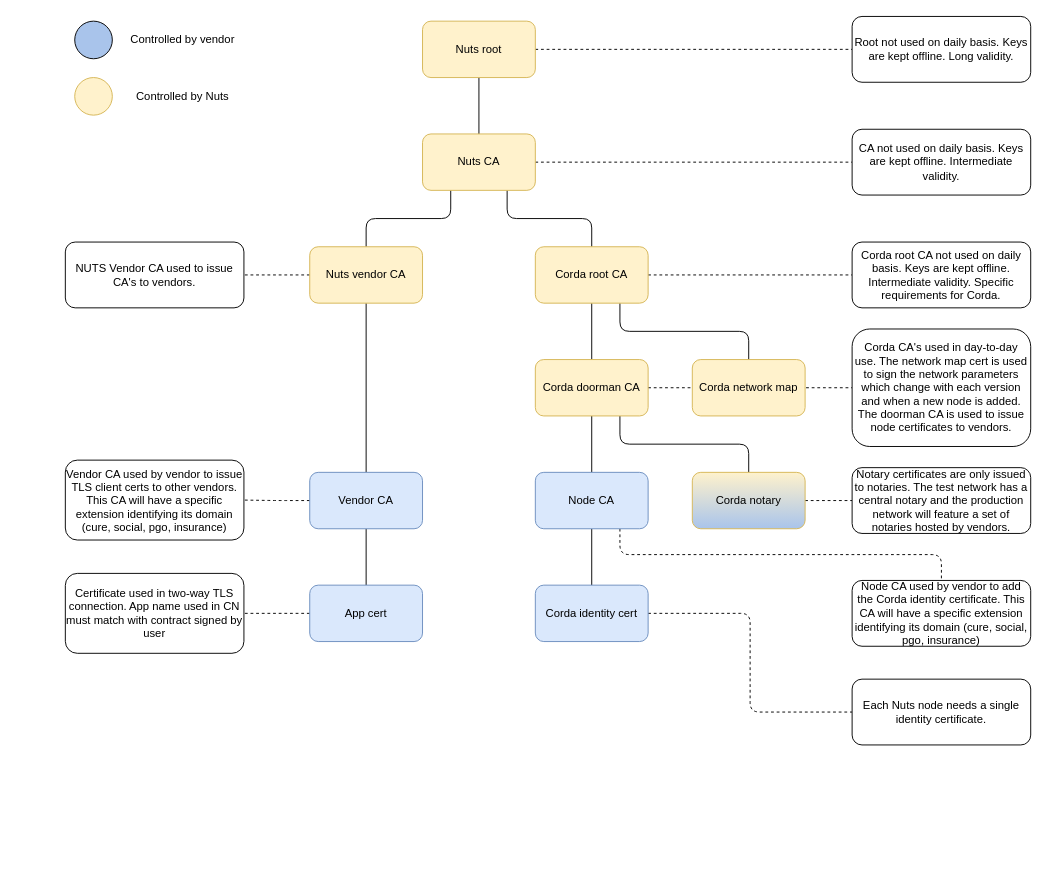
The draw.io diagram diagrams/certificates.drawio in nuts-foundation/nuts-documentation, before the edit. Source tidied: cells renumbered, new cells numbered last; positions are measured from the earlier drawing's top-left corner, leaving out a move shared by most shapes. Both pictures are drawn from the tidied source at 94%, with x=0, y=0 at pixel (65, 16).
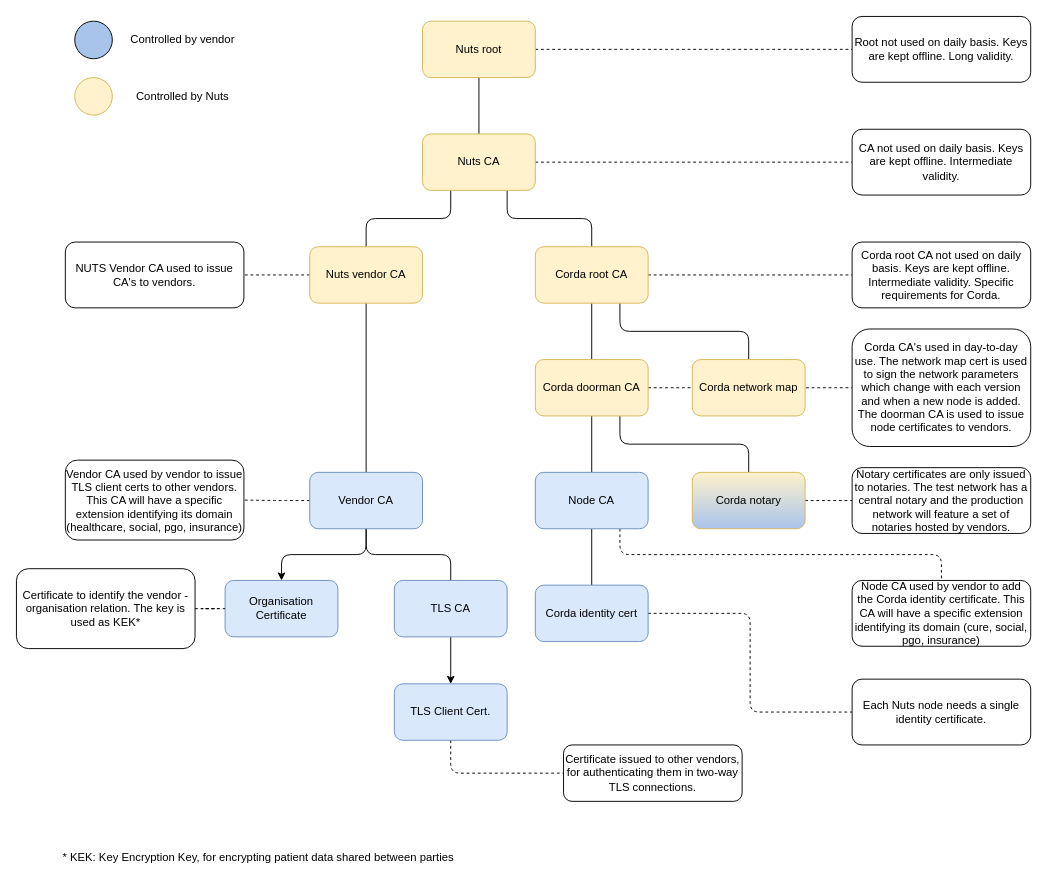
The same diagram, later.

Commit message (it also covers changes not shown here):
Updated certificates diagram

The change refers to these unchanged cells:
```xml
<mxCell id="28" value="Vendor CA" style="rounded=1;whiteSpace=wrap;html=1;fillColor=#dae8fc;strokeColor=#6c8ebf;" parent="1" vertex="1">
  <mxGeometry x="260" y="485" width="120" height="60" as="geometry" />
</mxCell>
```

The edit, as a diff of the source:
```diff
@@
+    <mxCell id="47" style="edgeStyle=orthogonalEdgeStyle;rounded=1;jettySize=auto;html=1;" parent="1" edge="1" source="28" target="48">
+      <mxGeometry relative="1" as="geometry" />
+    </mxCell>
@@
+    <mxCell id="48" value="Organisation Certificate" style="rounded=1;whiteSpace=wrap;html=1;fillColor=#dae8fc;strokeColor=#6c8ebf;" parent="1" vertex="1">
+      <mxGeometry x="170" y="600" width="120" height="60" as="geometry" />
+    </mxCell>
@@
-    <mxCell id="31" style="edgeStyle=orthogonalEdgeStyle;rounded=1;jettySize=auto;html=1;exitX=0;exitY=0.5;exitDx=0;exitDy=0;dashed=1;endArrow=none;endFill=0;" parent="1" edge="1" source="32" target="42">
+    <mxCell id="31" style="edgeStyle=orthogonalEdgeStyle;rounded=1;jettySize=auto;html=1;exitX=0.5;exitY=1;exitDx=0;exitDy=0;dashed=1;endArrow=none;endFill=0;entryX=0;entryY=0.5;entryDx=0;entryDy=0;" parent="1" edge="1" source="50" target="42">
       <mxGeometry relative="1" as="geometry" />
     </mxCell>
+    <mxCell id="49" style="edgeStyle=orthogonalEdgeStyle;rounded=0;jettySize=auto;html=1;entryX=0.5;entryY=0;entryDx=0;entryDy=0;" parent="1" edge="1" source="32" target="50">
+      <mxGeometry relative="1" as="geometry" />
+    </mxCell>
-    <mxCell id="32" value="App cert" style="rounded=1;whiteSpace=wrap;html=1;fillColor=#dae8fc;strokeColor=#6c8ebf;" parent="1" vertex="1">
-      <mxGeometry x="260" y="605" width="120" height="60" as="geometry" />
+    <mxCell id="32" value="TLS CA" style="rounded=1;whiteSpace=wrap;html=1;fillColor=#dae8fc;strokeColor=#6c8ebf;" parent="1" vertex="1">
+      <mxGeometry x="350" y="600" width="120" height="60" as="geometry" />
     </mxCell>
+    <mxCell id="50" value="TLS Client Cert." style="rounded=1;whiteSpace=wrap;html=1;fillColor=#dae8fc;strokeColor=#6c8ebf;" parent="1" vertex="1">
+      <mxGeometry x="350" y="710" width="120" height="60" as="geometry" />
+    </mxCell>
@@
-    <mxCell id="41" value="Vendor CA used by vendor to issue TLS client certs to other vendors. This CA will have a specific extension identifying its domain (cure, social, pgo, insurance)" style="text;html=1;align=center;verticalAlign=middle;whiteSpace=wrap;rounded=1;strokeColor=#000000;fillColor=#ffffff;fontColor=#000000;" parent="1" vertex="1">
+    <mxCell id="41" value="Vendor CA used by vendor to issue TLS client certs to other vendors. This CA will have a specific extension identifying its domain (healthcare, social, pgo, insurance)" style="text;html=1;align=center;verticalAlign=middle;whiteSpace=wrap;rounded=1;strokeColor=#000000;fillColor=#ffffff;fontColor=#000000;" parent="1" vertex="1">
       <mxGeometry y="472" width="190" height="85" as="geometry" />
     </mxCell>
-    <mxCell id="42" value="Certificate used in two-way TLS connection. App name used in CN must match with contract signed by user" style="text;html=1;align=center;verticalAlign=middle;whiteSpace=wrap;rounded=1;strokeColor=#000000;fillColor=#ffffff;fontColor=#000000;" parent="1" vertex="1">
-      <mxGeometry y="592.5" width="190" height="85" as="geometry" />
+    <mxCell id="42" value="Certificate issued to other vendors, for authenticating them in two-way TLS connections." style="text;html=1;align=center;verticalAlign=middle;whiteSpace=wrap;rounded=1;strokeColor=#000000;fillColor=#ffffff;fontColor=#000000;" parent="1" vertex="1">
+      <mxGeometry x="530" y="775" width="190" height="60" as="geometry" />
     </mxCell>
@@
+    <mxCell id="51" style="edgeStyle=entityRelationEdgeStyle;rounded=1;jettySize=auto;html=1;dashed=1;endArrow=none;endFill=0;" parent="1" edge="1" source="52" target="48">
+      <mxGeometry relative="1" as="geometry" />
+    </mxCell>
+    <mxCell id="52" value="Certificate to identify the vendor - organisation relation. The key is used as KEK*" style="text;html=1;align=center;verticalAlign=middle;whiteSpace=wrap;rounded=1;strokeColor=#000000;fillColor=#ffffff;fontColor=#000000;" parent="1" vertex="1">
+      <mxGeometry x="-52" y="587.5" width="190" height="85" as="geometry" />
+    </mxCell>
+    <mxCell id="53" value="&lt;div style=&quot;text-align: left&quot;&gt;&lt;span&gt;* KEK: Key Encryption Key, for encrypting patient data shared between parties&lt;br&gt;&lt;/span&gt;&lt;/div&gt;" style="text;html=1;align=center;verticalAlign=middle;fillColor=none;strokeColor=none;rounded=0;" parent="1" vertex="1">
+      <mxGeometry x="-10" y="885" width="430" height="20" as="geometry" />
+    </mxCell>
```
